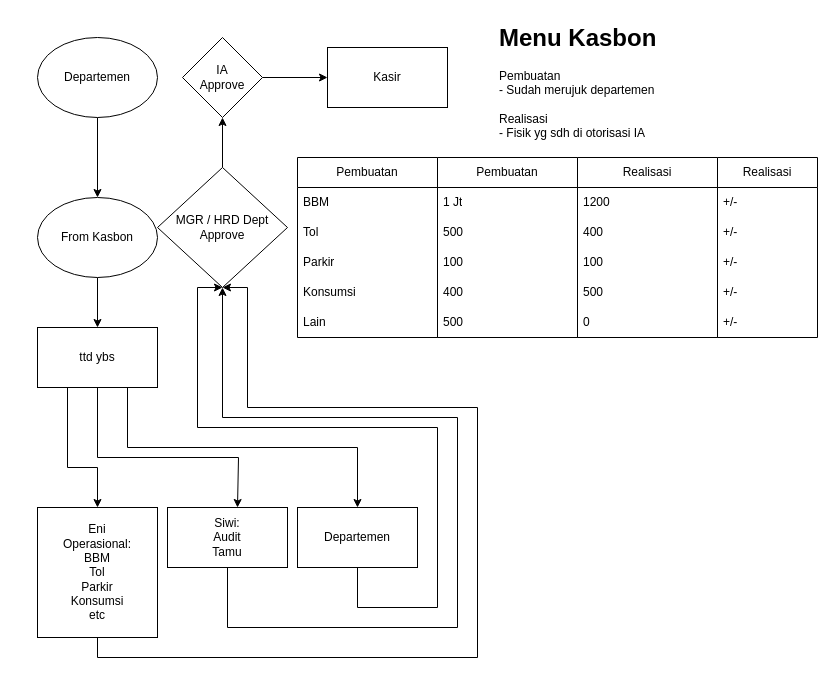
Earlier version of the draw.io diagram page "Menu Kasbon" (2 of 2) of LayoutSKL1-2.drawio (elangR1/drawio). Source tidied: cells renumbered, new cells numbered last; positions are measured from the earlier drawing's top-left corner, leaving out a move shared by most shapes. Both pictures are drawn from the tidied source at 100%, with x=0, y=0 at pixel (37, 17).
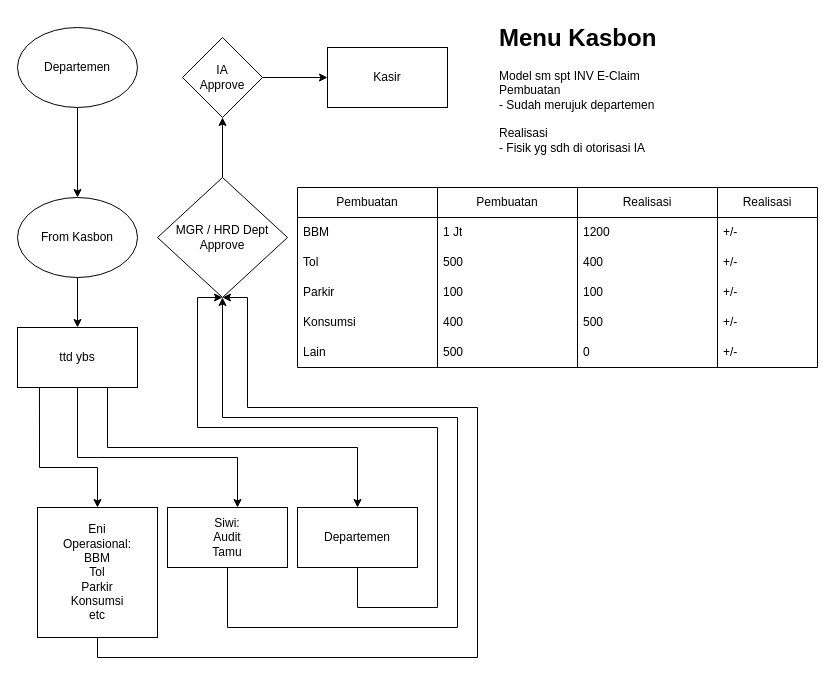
After the change.

The change refers to these unchanged cells:
```xml
<mxCell id="15" value="Eni&lt;br&gt;Operasional:&lt;br&gt;BBM&lt;br&gt;Tol&lt;br&gt;Parkir&lt;br&gt;Konsumsi&lt;br&gt;etc" style="whiteSpace=wrap;html=1;" parent="1" vertex="1">
  <mxGeometry y="490" width="120" height="130" as="geometry" />
</mxCell>
<mxCell id="19" value="Departemen" style="rounded=0;whiteSpace=wrap;html=1;" parent="1" vertex="1">
  <mxGeometry x="260" y="490" width="120" height="60" as="geometry" />
</mxCell>
```

Diff of the diagram source:
```diff
@@
     <mxCell id="3" value="Departemen" style="ellipse;whiteSpace=wrap;html=1;" parent="1" vertex="1">
-      <mxGeometry y="20" width="120" height="80" as="geometry" />
+      <mxGeometry x="-20" y="10" width="120" height="80" as="geometry" />
     </mxCell>
@@
     <mxCell id="5" value="From Kasbon" style="ellipse;whiteSpace=wrap;html=1;" parent="1" vertex="1">
-      <mxGeometry y="180" width="120" height="80" as="geometry" />
+      <mxGeometry x="-20" y="180" width="120" height="80" as="geometry" />
     </mxCell>
     <mxCell id="6" style="edgeStyle=orthogonalEdgeStyle;rounded=0;jettySize=auto;html=1;exitX=0.5;exitY=1;exitDx=0;exitDy=0;entryX=0.5;entryY=1;entryDx=0;entryDy=0;" parent="1" edge="1" source="15" target="13">
       <mxGeometry relative="1" as="geometry">
         <Array as="points">
           <mxPoint x="60" y="640" />
           <mxPoint x="440" y="640" />
           <mxPoint x="440" y="390" />
           <mxPoint x="210" y="390" />
-          <mxPoint x="210" y="270" />
+          <mxPoint x="210" y="280" />
         </Array>
       </mxGeometry>
     </mxCell>
     <mxCell id="7" style="edgeStyle=orthogonalEdgeStyle;rounded=0;jettySize=auto;html=1;exitX=0.183;exitY=0.983;exitDx=0;exitDy=0;exitPerimeter=0;" parent="1" edge="1" source="10" target="15">
       <mxGeometry relative="1" as="geometry">
         <Array as="points">
-          <mxPoint x="30" y="369" />
-          <mxPoint x="30" y="450" />
+          <mxPoint x="2" y="450" />
           <mxPoint x="60" y="450" />
         </Array>
       </mxGeometry>
     </mxCell>
@@
     <mxCell id="10" value="ttd ybs" style="whiteSpace=wrap;html=1;" parent="1" vertex="1">
-      <mxGeometry y="310" width="120" height="60" as="geometry" />
+      <mxGeometry x="-20" y="310" width="120" height="60" as="geometry" />
     </mxCell>
@@
     <mxCell id="13" value="MGR / HRD Dept&lt;br&gt;Approve" style="rhombus;whiteSpace=wrap;html=1;" parent="1" vertex="1">
-      <mxGeometry x="120" y="150" width="130" height="120" as="geometry" />
+      <mxGeometry x="120" y="160" width="130" height="120" as="geometry" />
     </mxCell>
@@
     <mxCell id="18" style="edgeStyle=orthogonalEdgeStyle;rounded=0;jettySize=auto;html=1;exitX=0.5;exitY=1;exitDx=0;exitDy=0;entryX=0.5;entryY=1;entryDx=0;entryDy=0;" parent="1" edge="1" source="19" target="13">
       <mxGeometry relative="1" as="geometry">
         <Array as="points">
           <mxPoint x="320" y="590" />
           <mxPoint x="400" y="590" />
           <mxPoint x="400" y="410" />
           <mxPoint x="160" y="410" />
-          <mxPoint x="160" y="270" />
+          <mxPoint x="160" y="280" />
         </Array>
       </mxGeometry>
     </mxCell>
@@
-    <mxCell id="21" value="&lt;h1 style=&quot;margin-top: 0px;&quot;&gt;Menu Kasbon&lt;/h1&gt;&lt;p&gt;Pembuatan &lt;br&gt;- Sudah merujuk departemen&lt;br&gt;&lt;br&gt;Realisasi&lt;br&gt;- Fisik yg sdh di otorisasi IA&lt;/p&gt;" style="text;html=1;whiteSpace=wrap;overflow=hidden;rounded=0;" parent="1" vertex="1">
+    <mxCell id="21" value="&lt;h1 style=&quot;margin-top: 0px;&quot;&gt;Menu Kasbon&lt;/h1&gt;&lt;p&gt;Model sm spt INV E-Claim&lt;br&gt;Pembuatan &lt;br&gt;- Sudah merujuk departemen&lt;br&gt;&lt;br&gt;Realisasi&lt;br&gt;- Fisik yg sdh di otorisasi IA&lt;/p&gt;" style="text;html=1;whiteSpace=wrap;overflow=hidden;rounded=0;" parent="1" vertex="1">
       <mxGeometry x="460" width="280" height="150" as="geometry" />
     </mxCell>
     <mxCell id="22" value="Pembuatan" style="swimlane;fontStyle=0;horizontal=1;startSize=30;whiteSpace=wrap;html=1;" parent="1" vertex="1">
-      <mxGeometry x="260" y="140" width="140" height="180" as="geometry" />
+      <mxGeometry x="260" y="170" width="140" height="180" as="geometry" />
     </mxCell>
@@
     <mxCell id="28" value="Pembuatan" style="swimlane;fontStyle=0;horizontal=1;startSize=30;whiteSpace=wrap;html=1;" parent="1" vertex="1">
-      <mxGeometry x="400" y="140" width="140" height="180" as="geometry" />
+      <mxGeometry x="400" y="170" width="140" height="180" as="geometry" />
     </mxCell>
@@
     <mxCell id="34" value="Realisasi" style="swimlane;fontStyle=0;horizontal=1;startSize=30;whiteSpace=wrap;html=1;" parent="1" vertex="1">
-      <mxGeometry x="540" y="140" width="140" height="180" as="geometry" />
+      <mxGeometry x="540" y="170" width="140" height="180" as="geometry" />
     </mxCell>
@@
     <mxCell id="40" value="Realisasi" style="swimlane;fontStyle=0;horizontal=1;startSize=30;whiteSpace=wrap;html=1;" parent="1" vertex="1">
-      <mxGeometry x="680" y="140" width="100" height="180" as="geometry" />
+      <mxGeometry x="680" y="170" width="100" height="180" as="geometry" />
     </mxCell>
```
